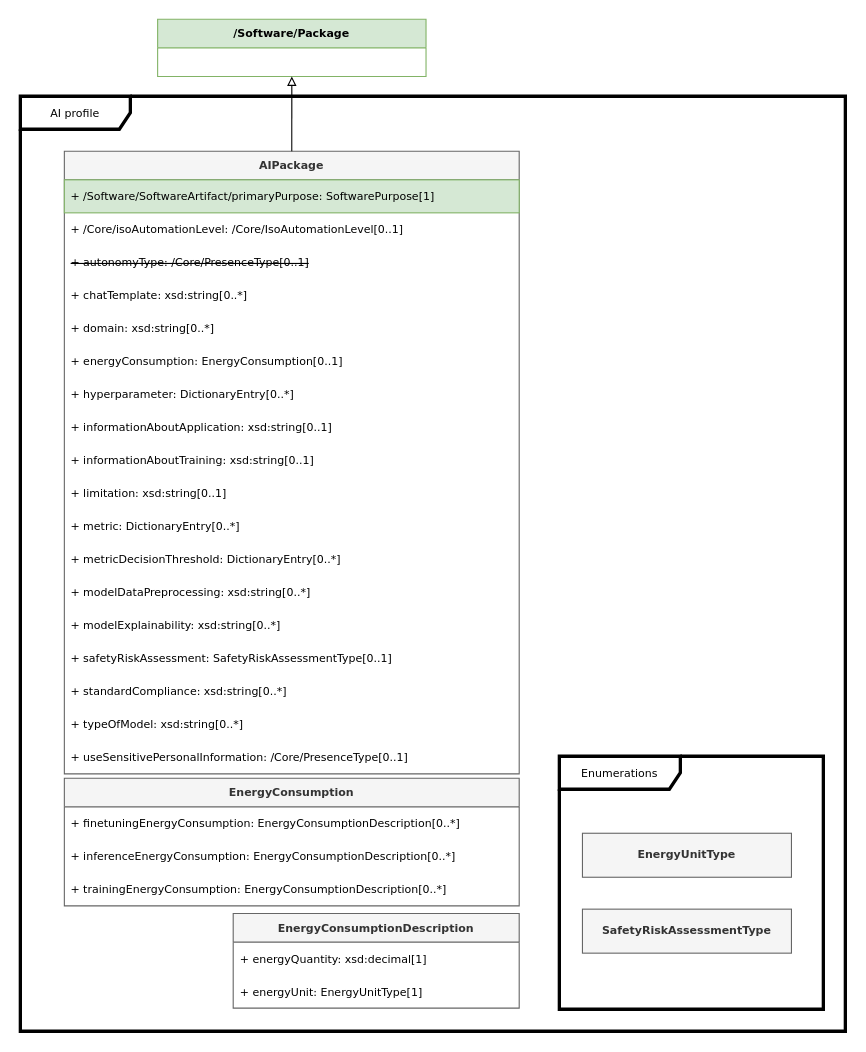
This is page "AI" (7 of 13) of docs/model.drawio from stevenc-stb/spdx-3-model, a draw.io file, before an edit. Source tidied: cells renumbered, new cells numbered last; positions are measured from the earlier drawing's top-left corner, leaving out a move shared by most shapes. Both pictures are drawn from the tidied source at 110%, with x=0, y=0 at pixel (20, 19).
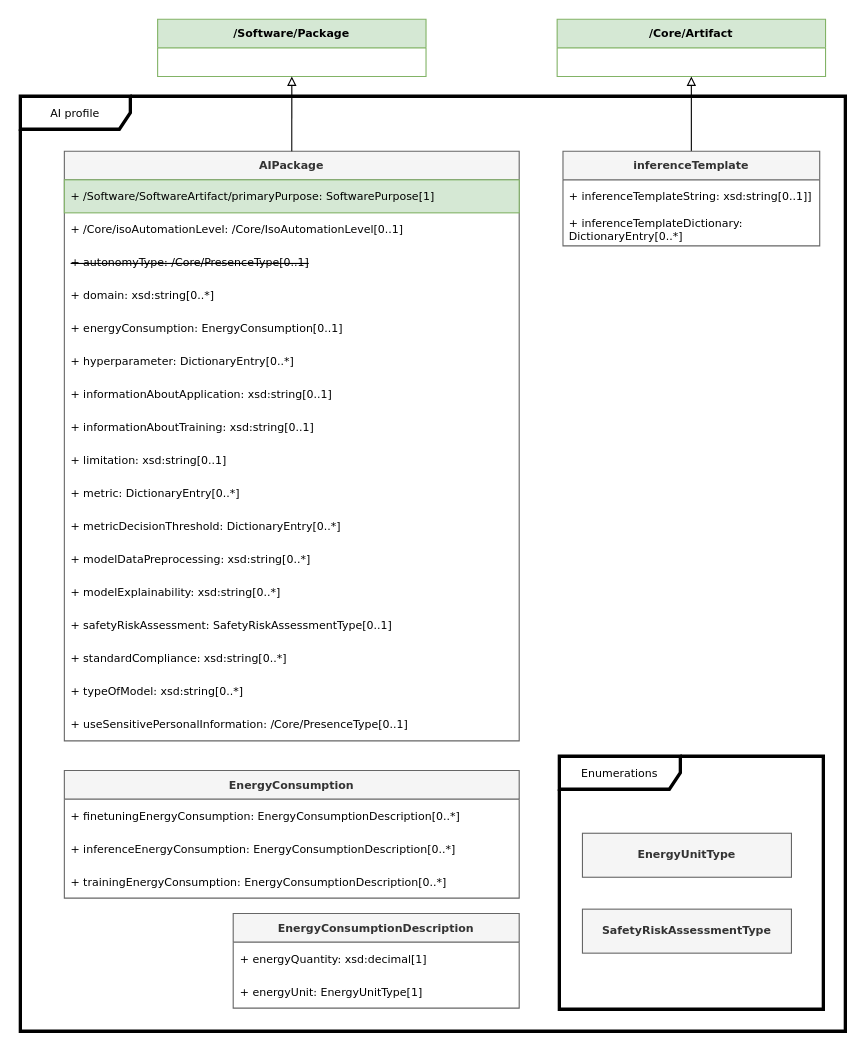
The same page after the edit.

Change to the diagram source:
```diff
@@
     <mxCell id="4" value="AIPackage" style="swimlane;fontStyle=1;horizontal=1;startSize=26;fillColor=#f5f5f5;strokeColor=#666666;fontColor=#333333;fontFamily=Verdana;fontSize=10;" parent="1" vertex="1">
-      <mxGeometry x="40" y="120" width="413.5" height="566" as="geometry" />
+      <mxGeometry x="40" y="120" width="413.5" height="536" as="geometry" />
     </mxCell>
@@
-    <mxCell id="8" value="+ chatTemplate: xsd:string[0..*]" style="text;strokeColor=none;fillColor=none;align=left;verticalAlign=middle;spacingLeft=4;spacingRight=4;overflow=hidden;whiteSpace=wrap;html=1;fontFamily=Verdana;fontSize=10;" parent="4" vertex="1">
-      <mxGeometry y="116" width="413.5" height="30" as="geometry" />
-    </mxCell>
     <mxCell id="9" value="+ domain: xsd:string[0..*]" style="text;strokeColor=none;fillColor=none;align=left;verticalAlign=middle;spacingLeft=4;spacingRight=4;overflow=hidden;whiteSpace=wrap;html=1;fontFamily=Verdana;fontSize=10;" parent="4" vertex="1">
-      <mxGeometry y="146" width="413.5" height="30" as="geometry" />
+      <mxGeometry y="116" width="413.5" height="30" as="geometry" />
     </mxCell>
     <mxCell id="10" value="+ energyConsumption: EnergyConsumption[0..1]" style="text;strokeColor=none;fillColor=none;align=left;verticalAlign=middle;spacingLeft=4;spacingRight=4;overflow=hidden;whiteSpace=wrap;html=1;fontFamily=Verdana;fontSize=10;" parent="4" vertex="1">
-      <mxGeometry y="176" width="413.5" height="30" as="geometry" />
+      <mxGeometry y="146" width="413.5" height="30" as="geometry" />
     </mxCell>
     <mxCell id="11" value="+ hyperparameter: DictionaryEntry[0..*]" style="text;strokeColor=none;fillColor=none;align=left;verticalAlign=middle;spacingLeft=4;spacingRight=4;overflow=hidden;whiteSpace=wrap;html=1;fontFamily=Verdana;fontSize=10;" parent="4" vertex="1">
-      <mxGeometry y="206" width="413.5" height="30" as="geometry" />
+      <mxGeometry y="176" width="413.5" height="30" as="geometry" />
     </mxCell>
     <mxCell id="12" value="+ informationAboutApplication: xsd:string[0..1]" style="text;strokeColor=none;fillColor=none;align=left;verticalAlign=middle;spacingLeft=4;spacingRight=4;overflow=hidden;whiteSpace=wrap;html=1;fontFamily=Verdana;fontSize=10;" parent="4" vertex="1">
-      <mxGeometry y="236" width="413.5" height="30" as="geometry" />
+      <mxGeometry y="206" width="413.5" height="30" as="geometry" />
     </mxCell>
     <mxCell id="13" value="+ informationAboutTraining: xsd:string[0..1]" style="text;strokeColor=none;fillColor=none;align=left;verticalAlign=middle;spacingLeft=4;spacingRight=4;overflow=hidden;whiteSpace=wrap;html=1;fontFamily=Verdana;fontSize=10;" parent="4" vertex="1">
-      <mxGeometry y="266" width="413.5" height="30" as="geometry" />
+      <mxGeometry y="236" width="413.5" height="30" as="geometry" />
     </mxCell>
     <mxCell id="14" value="+ limitation: xsd:string[0..1]" style="text;strokeColor=none;fillColor=none;align=left;verticalAlign=middle;spacingLeft=4;spacingRight=4;overflow=hidden;whiteSpace=wrap;html=1;fontFamily=Verdana;fontSize=10;" parent="4" vertex="1">
-      <mxGeometry y="296" width="413.5" height="30" as="geometry" />
+      <mxGeometry y="266" width="413.5" height="30" as="geometry" />
     </mxCell>
     <mxCell id="15" value="+ metric: DictionaryEntry[0..*]" style="text;strokeColor=none;fillColor=none;align=left;verticalAlign=middle;spacingLeft=4;spacingRight=4;overflow=hidden;whiteSpace=wrap;html=1;fontFamily=Verdana;fontSize=10;" parent="4" vertex="1">
-      <mxGeometry y="326" width="413.5" height="30" as="geometry" />
+      <mxGeometry y="296" width="413.5" height="30" as="geometry" />
     </mxCell>
     <mxCell id="16" value="+ metricDecisionThreshold: DictionaryEntry[0..*]" style="text;strokeColor=none;fillColor=none;align=left;verticalAlign=middle;spacingLeft=4;spacingRight=4;overflow=hidden;whiteSpace=wrap;html=1;fontFamily=Verdana;fontSize=10;" parent="4" vertex="1">
-      <mxGeometry y="356" width="413.5" height="30" as="geometry" />
+      <mxGeometry y="326" width="413.5" height="30" as="geometry" />
     </mxCell>
     <mxCell id="17" value="+ modelDataPreprocessing: xsd:string[0..*]" style="text;strokeColor=none;fillColor=none;align=left;verticalAlign=middle;spacingLeft=4;spacingRight=4;overflow=hidden;whiteSpace=wrap;html=1;fontFamily=Verdana;fontSize=10;" parent="4" vertex="1">
-      <mxGeometry y="386" width="413.5" height="30" as="geometry" />
+      <mxGeometry y="356" width="413.5" height="30" as="geometry" />
     </mxCell>
     <mxCell id="18" value="+ modelExplainability: xsd:string[0..*]" style="text;strokeColor=none;fillColor=none;align=left;verticalAlign=middle;spacingLeft=4;spacingRight=4;overflow=hidden;whiteSpace=wrap;html=1;fontFamily=Verdana;fontSize=10;" parent="4" vertex="1">
-      <mxGeometry y="416" width="413.5" height="30" as="geometry" />
+      <mxGeometry y="386" width="413.5" height="30" as="geometry" />
     </mxCell>
     <mxCell id="19" value="+ safetyRiskAssessment: SafetyRiskAssessmentType[0..1]" style="text;strokeColor=none;fillColor=none;align=left;verticalAlign=middle;spacingLeft=4;spacingRight=4;overflow=hidden;whiteSpace=wrap;html=1;fontFamily=Verdana;fontSize=10;" parent="4" vertex="1">
-      <mxGeometry y="446" width="413.5" height="30" as="geometry" />
+      <mxGeometry y="416" width="413.5" height="30" as="geometry" />
     </mxCell>
     <mxCell id="20" value="+ standardCompliance: xsd:string[0..*]" style="text;strokeColor=none;fillColor=none;align=left;verticalAlign=middle;spacingLeft=4;spacingRight=4;overflow=hidden;whiteSpace=wrap;html=1;fontFamily=Verdana;fontSize=10;" parent="4" vertex="1">
-      <mxGeometry y="476" width="413.5" height="30" as="geometry" />
+      <mxGeometry y="446" width="413.5" height="30" as="geometry" />
     </mxCell>
     <mxCell id="21" value="+ typeOfModel: xsd:string[0..*]" style="text;strokeColor=none;fillColor=none;align=left;verticalAlign=middle;spacingLeft=4;spacingRight=4;overflow=hidden;whiteSpace=wrap;html=1;fontFamily=Verdana;fontSize=10;" parent="4" vertex="1">
-      <mxGeometry y="506" width="413.5" height="30" as="geometry" />
+      <mxGeometry y="476" width="413.5" height="30" as="geometry" />
     </mxCell>
     <mxCell id="22" value="+ useSensitivePersonalInformation: /Core/PresenceType[0..1]" style="text;strokeColor=none;fillColor=none;align=left;verticalAlign=middle;spacingLeft=4;spacingRight=4;overflow=hidden;whiteSpace=wrap;html=1;fontFamily=Verdana;fontSize=10;" parent="4" vertex="1">
-      <mxGeometry y="536" width="413.5" height="30" as="geometry" />
+      <mxGeometry y="506" width="413.5" height="30" as="geometry" />
     </mxCell>
@@
     <mxCell id="24" value="EnergyConsumption" style="swimlane;fontStyle=1;horizontal=1;startSize=26;fillColor=#f5f5f5;strokeColor=#666666;fontColor=#333333;fontFamily=Verdana;fontSize=10;" parent="1" vertex="1">
-      <mxGeometry x="40" y="690" width="413.5" height="116" as="geometry" />
+      <mxGeometry x="40" y="683" width="413.5" height="116" as="geometry" />
     </mxCell>
@@
+    <mxCell id="35" value="/Core/Artifact" style="swimlane;fontStyle=1;horizontal=1;startSize=26;fillColor=#d5e8d4;strokeColor=#82b366;fontFamily=Verdana;fontSize=10;" parent="1" vertex="1">
+      <mxGeometry x="488" width="244" height="52" as="geometry" />
+    </mxCell>
+    <mxCell id="36" style="edgeStyle=orthogonalEdgeStyle;rounded=0;jettySize=auto;html=1;endArrow=block;endFill=0;" parent="1" edge="1" source="37" target="35">
+      <mxGeometry relative="1" as="geometry" />
+    </mxCell>
+    <mxCell id="37" value="inferenceTemplate" style="swimlane;fontStyle=1;horizontal=1;startSize=26;fillColor=#f5f5f5;strokeColor=#666666;fontFamily=Verdana;fontSize=10;fontColor=#333333;" parent="1" vertex="1">
+      <mxGeometry x="493.3" y="120" width="233.4" height="86" as="geometry" />
+    </mxCell>
+    <mxCell id="38" value="+&amp;nbsp;inferenceTemplateString:&amp;nbsp;xsd:string[0..1]]" style="text;strokeColor=none;fillColor=none;align=left;verticalAlign=middle;spacingLeft=4;spacingRight=4;overflow=hidden;whiteSpace=wrap;html=1;fontColor=#000000;fontFamily=Verdana;fontSize=10;" parent="37" vertex="1">
+      <mxGeometry y="26" width="233.4" height="30" as="geometry" />
+    </mxCell>
+    <mxCell id="39" value="+&amp;nbsp;inferenceTemplateDictionary: DictionaryEntry[0..*]" style="text;strokeColor=none;fillColor=none;align=left;verticalAlign=middle;spacingLeft=4;spacingRight=4;overflow=hidden;whiteSpace=wrap;html=1;fontColor=#000000;fontFamily=Verdana;fontSize=10;" parent="37" vertex="1">
+      <mxGeometry y="56" width="233.4" height="30" as="geometry" />
+    </mxCell>
```
